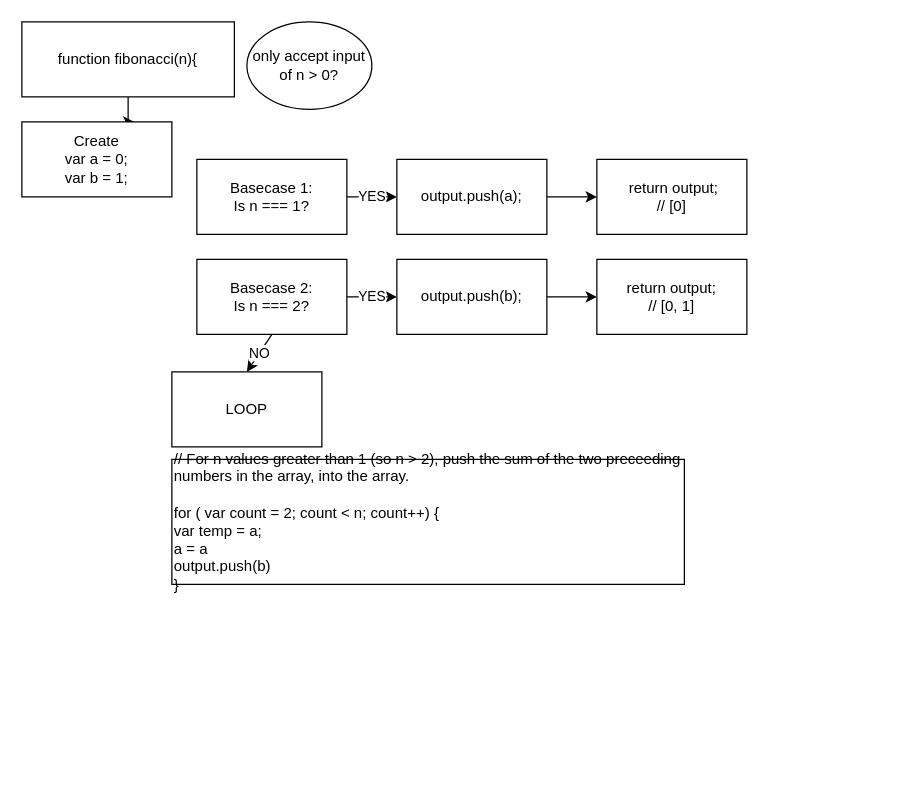
The draw.io diagram Fibonacci Diagram.drawio in Mandisa89/General-Playground, before the edit. Source tidied: cells renumbered, new cells numbered last; positions are measured from the earlier drawing's top-left corner, leaving out a move shared by most shapes. Both pictures are drawn from the tidied source at 125%, with x=0, y=0 at pixel (21, 21).
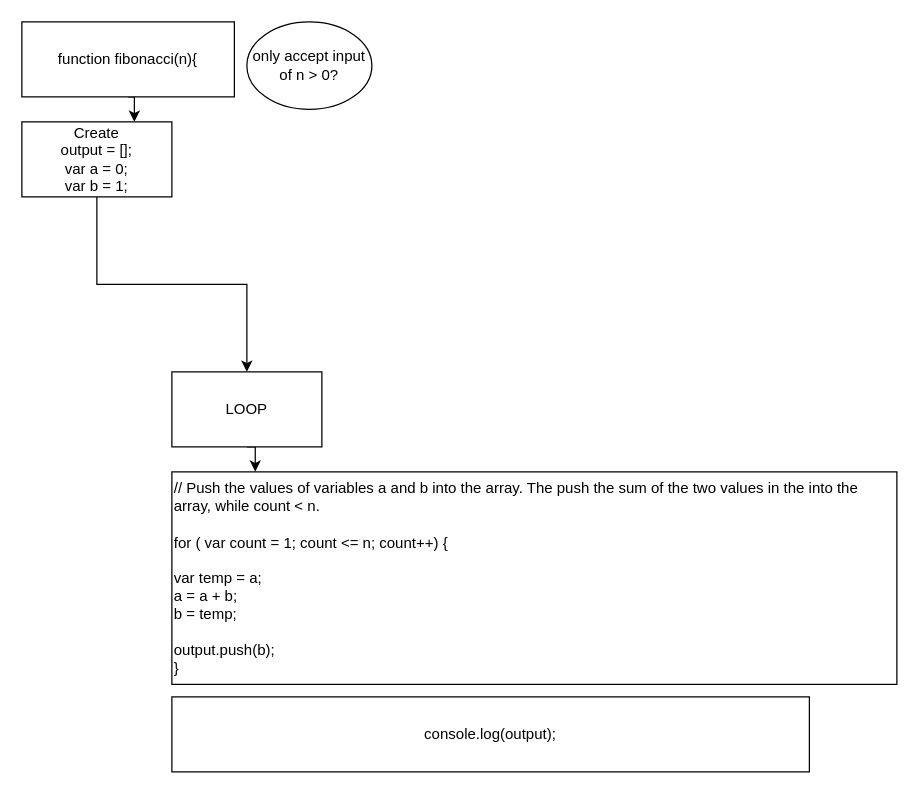
The same diagram, later.

Diff of the diagram source:
```diff
@@
 <mxGraphModel>
   <root>
     <mxCell id="0" />
     <mxCell id="1" parent="0" />
-    <mxCell id="2" style="edgeStyle=orthogonalEdgeStyle;rounded=0;jettySize=auto;html=1;entryX=0.75;entryY=0;entryDx=0;entryDy=0;" parent="1" edge="1" source="3" target="13">
+    <mxCell id="2" style="edgeStyle=orthogonalEdgeStyle;rounded=0;jettySize=auto;html=1;exitX=0.5;exitY=1;exitDx=0;exitDy=0;entryX=0.75;entryY=0;entryDx=0;entryDy=0;" parent="1" edge="1" source="3" target="13">
       <mxGeometry relative="1" as="geometry" />
     </mxCell>
     <mxCell id="3" value="function fibonacci(n){" style="rounded=0;whiteSpace=wrap;html=1;" parent="1" vertex="1">
       <mxGeometry width="170" height="60" as="geometry" />
     </mxCell>
-    <mxCell id="4" value="YES" style="edgeStyle=orthogonalEdgeStyle;rounded=0;jettySize=auto;html=1;exitX=1;exitY=0.5;exitDx=0;exitDy=0;entryX=0;entryY=0.5;entryDx=0;entryDy=0;" parent="1" edge="1" source="5" target="17">
-      <mxGeometry relative="1" as="geometry" />
-    </mxCell>
-    <mxCell id="5" value="Basecase 1:&lt;br&gt;Is n === 1?" style="rounded=0;whiteSpace=wrap;html=1;" parent="1" vertex="1">
-      <mxGeometry x="140" y="110" width="120" height="60" as="geometry" />
-    </mxCell>
-    <mxCell id="6" value="&amp;nbsp;return output;&lt;br&gt;// [0]" style="rounded=0;whiteSpace=wrap;html=1;" parent="1" vertex="1">
-      <mxGeometry x="460" y="110" width="120" height="60" as="geometry" />
-    </mxCell>
-    <mxCell id="7" value="Basecase 2:&lt;br&gt;Is n === 2?" style="rounded=0;whiteSpace=wrap;html=1;" parent="1" vertex="1">
-      <mxGeometry x="140" y="190" width="120" height="60" as="geometry" />
-    </mxCell>
-    <mxCell id="8" value="return output;&lt;br&gt;// [0, 1]" style="rounded=0;whiteSpace=wrap;html=1;" parent="1" vertex="1">
-      <mxGeometry x="460" y="190" width="120" height="60" as="geometry" />
-    </mxCell>
-    <mxCell id="9" value="YES" style="endArrow=classic;html=1;exitX=1;exitY=0.5;exitDx=0;exitDy=0;" parent="1" edge="1" source="7">
-      <mxGeometry relative="1" as="geometry">
-        <mxPoint x="300" y="220" as="targetPoint" />
-      </mxGeometry>
-    </mxCell>
+    <mxCell id="19" style="edgeStyle=orthogonalEdgeStyle;rounded=0;jettySize=auto;html=1;exitX=0.5;exitY=1;exitDx=0;exitDy=0;entryX=0.115;entryY=-0.001;entryDx=0;entryDy=0;entryPerimeter=0;" parent="1" edge="1" source="10" target="18">
+      <mxGeometry relative="1" as="geometry" />
+    </mxCell>
     <mxCell id="10" value="LOOP" style="rounded=0;whiteSpace=wrap;html=1;" parent="1" vertex="1">
       <mxGeometry x="120" y="280" width="120" height="60" as="geometry" />
     </mxCell>
-    <mxCell id="11" value="NO" style="endArrow=classic;html=1;exitX=0.5;exitY=1;exitDx=0;exitDy=0;entryX=0.5;entryY=0;entryDx=0;entryDy=0;" parent="1" edge="1" source="7" target="10">
-      <mxGeometry relative="1" as="geometry" />
-    </mxCell>
     <mxCell id="12" value="only accept input of n &amp;gt; 0?" style="ellipse;whiteSpace=wrap;html=1;" parent="1" vertex="1">
       <mxGeometry x="180" width="100" height="70" as="geometry" />
     </mxCell>
+    <mxCell id="20" style="edgeStyle=orthogonalEdgeStyle;rounded=0;jettySize=auto;html=1;exitX=0.5;exitY=1;exitDx=0;exitDy=0;entryX=0.5;entryY=0;entryDx=0;entryDy=0;" parent="1" edge="1" source="13" target="10">
+      <mxGeometry relative="1" as="geometry" />
+    </mxCell>
-    <mxCell id="13" value="Create &lt;br&gt;var a = 0;&lt;br&gt;var b = 1;" style="rounded=0;whiteSpace=wrap;html=1;" parent="1" vertex="1">
+    <mxCell id="13" value="Create &lt;br&gt;output = [];&lt;br&gt;var a = 0;&lt;br&gt;var b = 1;" style="rounded=0;whiteSpace=wrap;html=1;" parent="1" vertex="1">
       <mxGeometry y="80" width="120" height="60" as="geometry" />
     </mxCell>
-    <mxCell id="14" style="edgeStyle=orthogonalEdgeStyle;rounded=0;jettySize=auto;html=1;exitX=1;exitY=0.5;exitDx=0;exitDy=0;entryX=0;entryY=0.5;entryDx=0;entryDy=0;" parent="1" edge="1" source="15" target="8">
-      <mxGeometry relative="1" as="geometry" />
-    </mxCell>
-    <mxCell id="15" value="output.push(b);" style="rounded=0;whiteSpace=wrap;html=1;" parent="1" vertex="1">
-      <mxGeometry x="300" y="190" width="120" height="60" as="geometry" />
-    </mxCell>
-    <mxCell id="16" style="edgeStyle=orthogonalEdgeStyle;rounded=0;jettySize=auto;html=1;exitX=1;exitY=0.5;exitDx=0;exitDy=0;entryX=0;entryY=0.5;entryDx=0;entryDy=0;" parent="1" edge="1" source="17" target="6">
-      <mxGeometry relative="1" as="geometry" />
-    </mxCell>
-    <mxCell id="17" value="output.push(a);" style="rounded=0;whiteSpace=wrap;html=1;" parent="1" vertex="1">
-      <mxGeometry x="300" y="110" width="120" height="60" as="geometry" />
-    </mxCell>
-    <mxCell id="18" value="// For n values greater than 1 (so n &amp;gt; 2), push the sum of the two preceeding numbers in the array, into the array.&lt;br&gt;&lt;br&gt;for ( var count = 2; count &amp;lt; n; count++) {&lt;br&gt;var temp = a;&lt;br&gt;a = a&amp;nbsp;&lt;br&gt;output.push(b)&lt;br&gt;}" style="rounded=0;whiteSpace=wrap;html=1;align=left;" parent="1" vertex="1">
-      <mxGeometry x="120" y="350" width="410" height="100" as="geometry" />
+    <mxCell id="18" value="// Push the values of variables a and b into the array. The push the sum of the two values in the into the array, while count &amp;lt; n.&lt;br&gt;&lt;br&gt;for ( var count = 1; count &amp;lt;= n; count++) {&lt;br&gt;&lt;br&gt;var temp = a;&lt;br&gt;a = a + b;&lt;br&gt;b = temp;&lt;br&gt;&lt;br&gt;output.push(b);&lt;br&gt;}" style="rounded=0;whiteSpace=wrap;html=1;align=left;" parent="1" vertex="1">
+      <mxGeometry x="120" y="360" width="580" height="170" as="geometry" />
     </mxCell>
+    <mxCell id="21" value="console.log(output);" style="rounded=0;whiteSpace=wrap;html=1;" parent="1" vertex="1">
+      <mxGeometry x="120" y="540" width="510" height="60" as="geometry" />
+    </mxCell>
   </root>
 </mxGraphModel>
```
